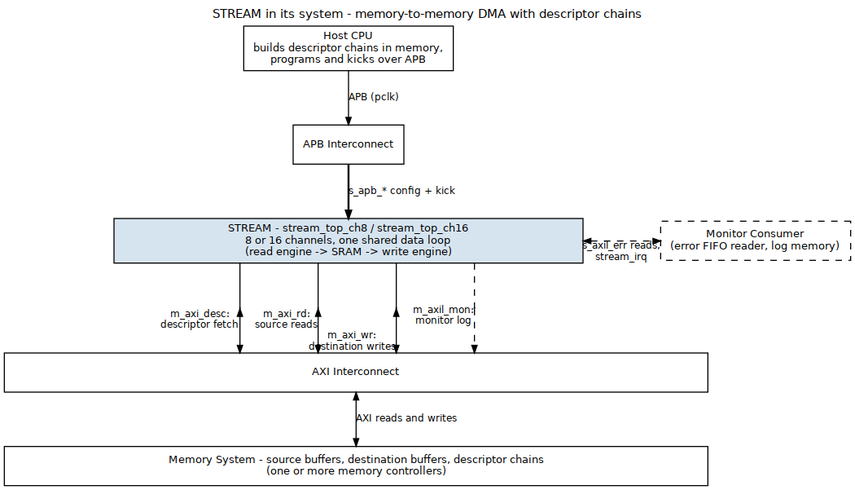
The Graphviz diagram projects/components/dma-ip/stream/docs/stream_has/assets/graphviz/ch02_system_context.png in sean-galloway/RTLDesignSherpa, before a commit. Its source is kept beside it as projects/components/dma-ip/stream/docs/stream_has/assets/graphviz/ch02_system_context.dot.
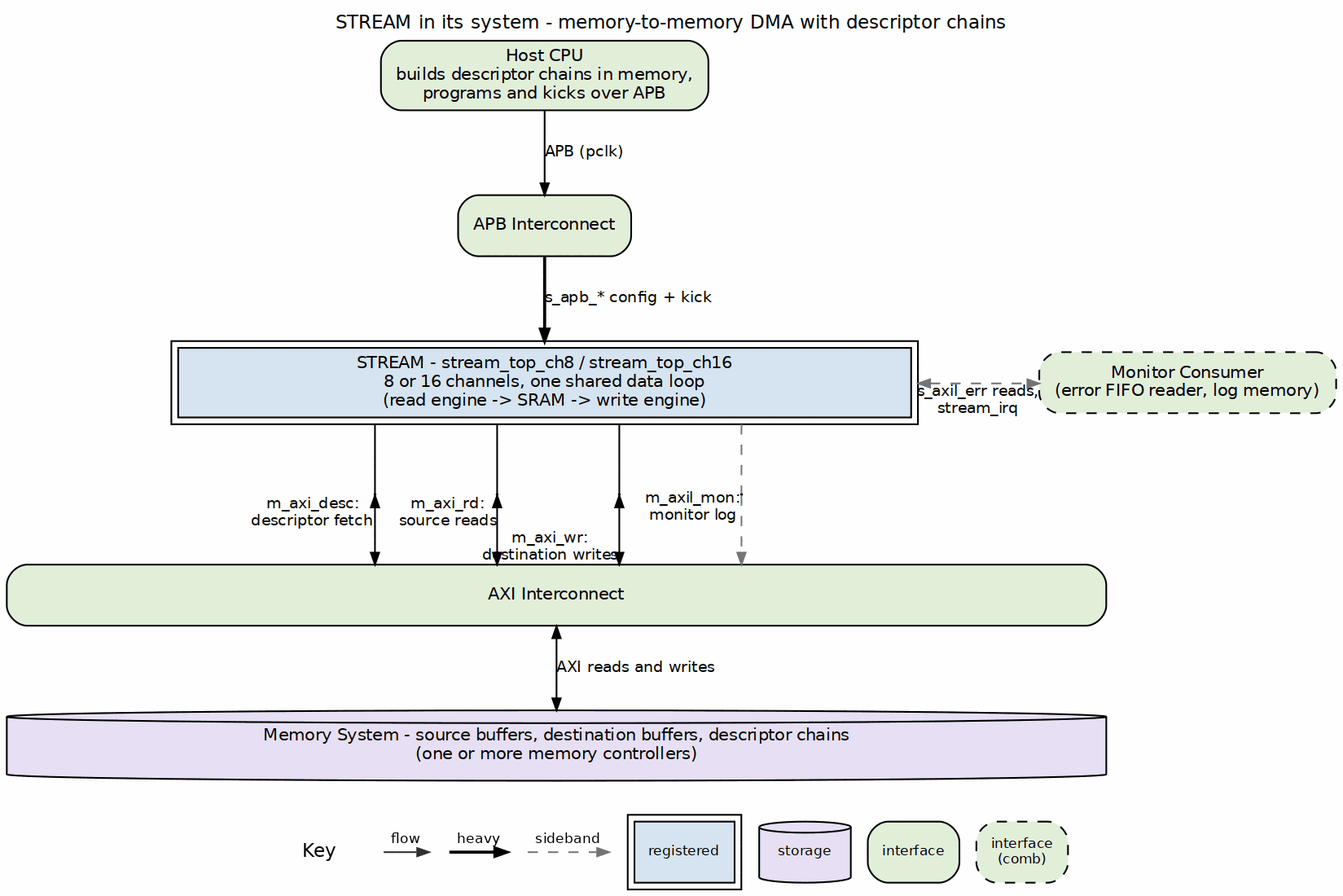
The same diagram one commit later.

Diff of the diagram source:
```diff
@@ -3,25 +3,25 @@
            nodesep="0.50", ranksep="0.55", splines=ortho,
            label="STREAM in its system - memory-to-memory DMA with descriptor chains", labelloc=t, labeljust=c];
     node  [fontname="Helvetica", fontsize=10, shape=box, style=filled,
-           fillcolor="#D6E4F0", color="black", margin="0.12,0.06"];
+           fillcolor="white", color="black", margin="0.12,0.06"];
     edge  [fontname="Helvetica", fontsize=9, color="black", arrowsize=0.7];
-    cpu    [label="Host CPU\nbuilds descriptor chains in memory,\nprograms and kicks over APB", fillcolor="white"];
-    apbic  [label="APB Interconnect", fillcolor="white"];
-    stream [label="STREAM - stream_top_ch8 / stream_top_ch16\n8 or 16 channels, one shared data loop\n(read engine -> SRAM -> write engine)", width=6.0];
-    mon    [label="Monitor Consumer\n(error FIFO reader, log memory)", fillcolor="white", style="filled,dashed"];
-    xbar   [label="AXI Interconnect", fillcolor="white", width=9.0];
-    mem    [label="Memory System - source buffers, destination buffers, descriptor chains\n(one or more memory controllers)", fillcolor="white", width=9.0];
+    cpu    [label="Host CPU\nbuilds descriptor chains in memory,\nprograms and kicks over APB", fillcolor="white", style="rounded,filled", fillcolor="#E2EFDA"];
+    apbic  [label="APB Interconnect", fillcolor="white", style="rounded,filled", fillcolor="#E2EFDA"];
+    stream [label="STREAM - stream_top_ch8 / stream_top_ch16\n8 or 16 channels, one shared data loop\n(read engine -> SRAM -> write engine)", width=6.0, peripheries=2, style="filled", fillcolor="#D6E4F0"];
+    mon    [label="Monitor Consumer\n(error FIFO reader, log memory)", fillcolor="white", style="filled,dashed", style="rounded,filled,dashed", fillcolor="#E2EFDA"];
+    xbar   [label="AXI Interconnect", fillcolor="white", width=9.0, style="rounded,filled", fillcolor="#E2EFDA"];
+    mem    [label="Memory System - source buffers, destination buffers, descriptor chains\n(one or more memory controllers)", fillcolor="white", width=9.0, shape=cylinder, style="filled", fillcolor="#E8DFF5"];
 
     cpu -> apbic [label="APB (pclk)"];
     apbic -> stream [label="s_apb_* config + kick", penwidth=1.8];
-    stream -> mon [style=dashed, dir=both, xlabel="s_axil_err reads,\nstream_irq"];
+    stream -> mon [style=dashed, color="#777777", dir=both, xlabel="s_axil_err reads,\nstream_irq"];
     p_d [shape=point, width=0.01]; p_r [shape=point, width=0.01]; p_w [shape=point, width=0.01]; p_m [shape=point, width=0.01];
     { rank=same; p_d; p_r; p_w; p_m; }
     p_d -> p_r -> p_w -> p_m [style=invis];
     stream -> p_d [arrowhead=none]; p_d -> xbar [dir=both, xlabel="m_axi_desc:\ndescriptor fetch"];
     stream -> p_r [arrowhead=none]; p_r -> xbar [dir=both, xlabel="m_axi_rd:\nsource reads"];
     stream -> p_w [arrowhead=none]; p_w -> xbar [dir=both, xlabel="m_axi_wr:\ndestination writes"];
-    stream -> p_m [arrowhead=none, style=dashed]; p_m -> xbar [style=dashed, xlabel="m_axil_mon:\nmonitor log"];
+    stream -> p_m [arrowhead=none, style=dashed, color="#777777"]; p_m -> xbar [style=dashed, color="#777777", xlabel="m_axil_mon:\nmonitor log"];
     xbar -> mem [dir=both, label="AXI reads and writes"];
     { rank=same; stream; mon; }
 }
```
